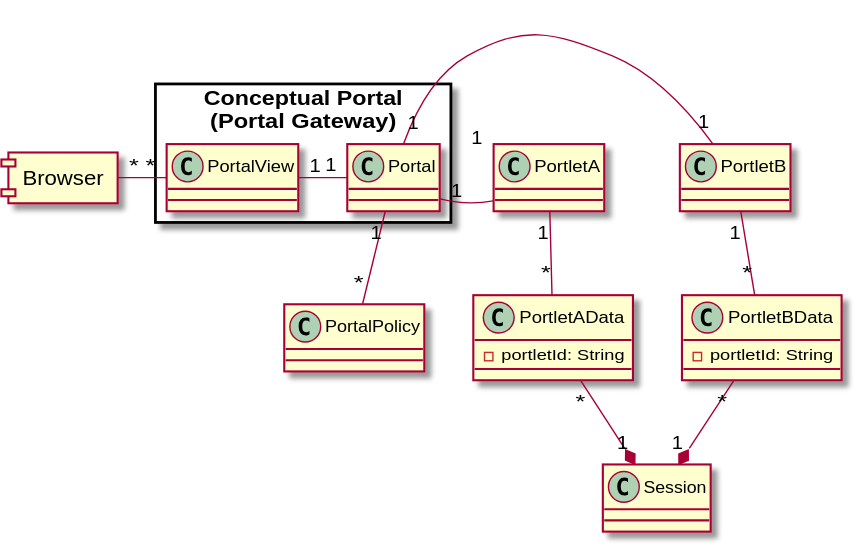
This is javadoc/org/jgrapes/portal/PortalStructure.svg from mnlipp/jgrapes, a PlantUML export, as it was before one commit. The source it was exported from:
```plantuml
@startuml
skinparam packageStyle rectangle
 allow_mixing

 component Browser

 package "Conceptual Portal\n(Portal Gateway)" {
    class Portal
 	  class PortalView

    Portal "1" -left- "1" PortalView
 }

 PortalView "*" -left- "*" Browser

 together {

   Portal "1" -right- "1" PortletB
   Portal "1" -right- "1" PortletA

   class PortletAData {
     -portletId: String
   }

   PortletAData "*" -up- "1" PortletA

   class PortletBData {
     -portletId: String
   }

   PortletBData "*" -up- "1" PortletB

   PortletAData "*" -up-* "1" Session
   PortletBData "*" -up-* "1" Session
 }

 Portal "1" -down- "*" PortalPolicy
@enduml
```
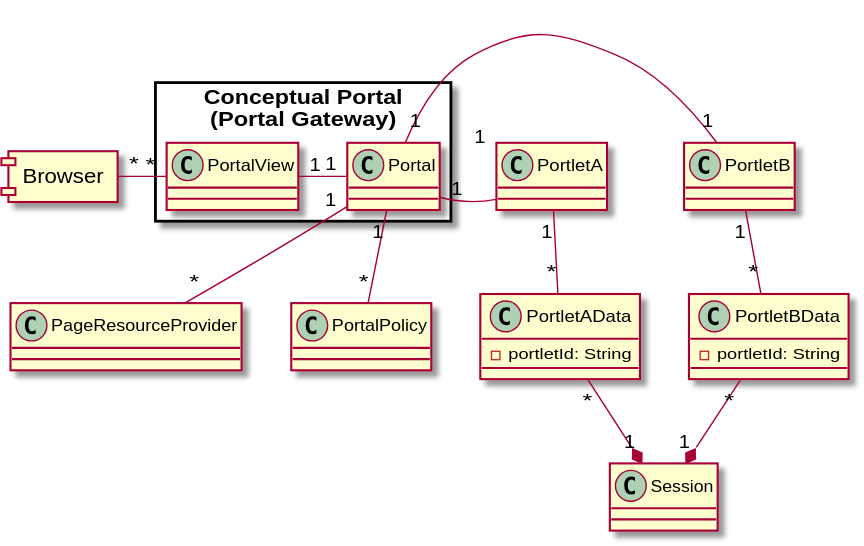
Above is the later version.

The edit, as a diff of the source:
```diff
@@ -34,5 +34,6 @@
    PortletBData "*" -up-* "1" Session
  }
 
+ Portal "1" -down- "*" PageResourceProvider
  Portal "1" -down- "*" PortalPolicy
 @enduml
```
